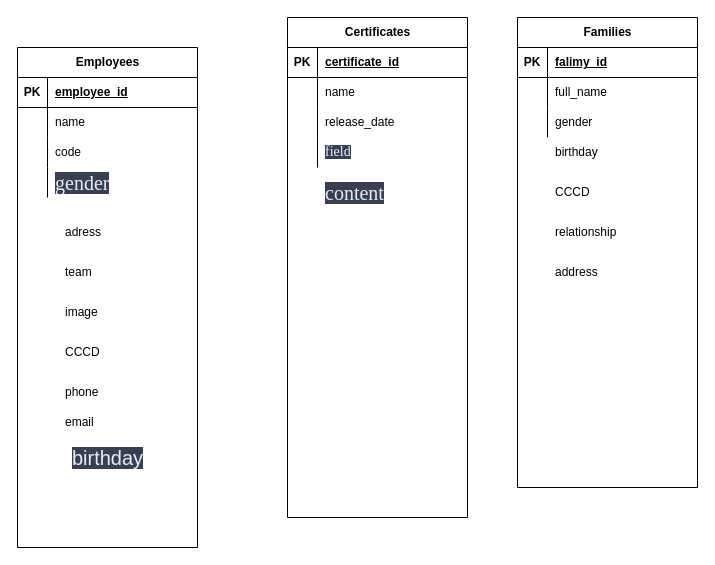
The draw.io diagram quanl ly nhan vien.drawio in leehoang21/uml, before the edit. Source tidied: cells renumbered, new cells numbered last; positions are measured from the earlier drawing's top-left corner, leaving out a move shared by most shapes. Both pictures are drawn from the tidied source at 100%, with x=0, y=0 at pixel (17, 17).
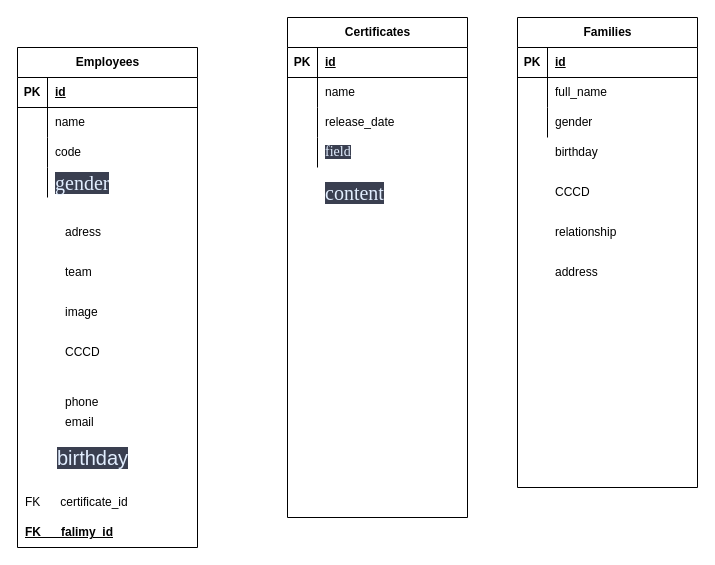
After the change.

Unchanged cells that the change refers to:
```xml
<mxCell id="3" style="shape=tableRow;horizontal=0;startSize=0;swimlaneHead=0;swimlaneBody=0;fillColor=none;top=0;left=0;right=0;bottom=1;" parent="2" vertex="1">
  <mxGeometry y="30" width="180" height="30" as="geometry" />
</mxCell>
<mxCell id="17" style="shape=tableRow;horizontal=0;startSize=0;swimlaneHead=0;swimlaneBody=0;fillColor=none;top=0;left=0;right=0;bottom=1;" parent="16" vertex="1">
  <mxGeometry y="30" width="180" height="30" as="geometry" />
</mxCell>
<mxCell id="33" style="shape=tableRow;horizontal=0;startSize=0;swimlaneHead=0;swimlaneBody=0;fillColor=none;top=0;left=0;right=0;bottom=1;" parent="32" vertex="1">
  <mxGeometry y="30" width="180" height="30" as="geometry" />
</mxCell>
```

What changed in the source:
```diff
@@
-    <mxCell id="5" value="employee_id" style="shape=partialRectangle;fillColor=none;top=0;left=0;bottom=0;right=0;align=left;spacingLeft=6;fontStyle=5;overflow=hidden;whiteSpace=wrap;html=1;" parent="3" vertex="1">
+    <mxCell id="5" value="id" style="shape=partialRectangle;fillColor=none;top=0;left=0;bottom=0;right=0;align=left;spacingLeft=6;fontStyle=5;overflow=hidden;whiteSpace=wrap;html=1;" parent="3" vertex="1">
       <mxGeometry x="30" width="150" height="30" as="geometry" />
     </mxCell>
@@
     <mxCell id="15" value="&lt;span style=&quot;background-color: rgb(58, 63, 80); color: rgb(226, 238, 255); font-family: &amp;quot;Google Sans&amp;quot;, Arial, sans-serif; font-size: 20px; text-align: left; text-wrap-mode: wrap;&quot;&gt;birthday&lt;/span&gt;" style="text;html=1;align=center;verticalAlign=middle;strokeColor=none;fillColor=none;" parent="1" vertex="1">
-      <mxGeometry x="45" y="420" width="90" height="40" as="geometry" />
+      <mxGeometry x="30" y="420" width="90" height="40" as="geometry" />
     </mxCell>
@@
-    <mxCell id="19" value="certificate_id" style="shape=partialRectangle;fillColor=none;top=0;left=0;bottom=0;right=0;align=left;spacingLeft=6;fontStyle=5;overflow=hidden;whiteSpace=wrap;html=1;" parent="17" vertex="1">
+    <mxCell id="19" value="id" style="shape=partialRectangle;fillColor=none;top=0;left=0;bottom=0;right=0;align=left;spacingLeft=6;fontStyle=5;overflow=hidden;whiteSpace=wrap;html=1;" parent="17" vertex="1">
       <mxGeometry x="30" width="150" height="30" as="geometry" />
     </mxCell>
@@
-    <mxCell id="35" value="falimy_id" style="shape=partialRectangle;fillColor=none;top=0;left=0;bottom=0;right=0;align=left;spacingLeft=6;fontStyle=5;overflow=hidden;whiteSpace=wrap;html=1;" parent="33" vertex="1">
+    <mxCell id="35" value="id" style="shape=partialRectangle;fillColor=none;top=0;left=0;bottom=0;right=0;align=left;spacingLeft=6;fontStyle=5;overflow=hidden;whiteSpace=wrap;html=1;" parent="33" vertex="1">
       <mxGeometry x="30" width="150" height="30" as="geometry" />
     </mxCell>
@@
     <mxCell id="70" value="phone" style="shape=partialRectangle;fillColor=none;top=0;left=0;bottom=0;right=0;align=left;spacingLeft=6;overflow=hidden;whiteSpace=wrap;html=1;" parent="1" vertex="1">
-      <mxGeometry x="40" y="360" width="140" height="30" as="geometry" />
+      <mxGeometry x="40" y="370" width="140" height="30" as="geometry" />
     </mxCell>
@@
+    <mxCell id="72" value="&lt;span style=&quot;font-weight: 700; text-decoration-line: underline;&quot;&gt;FK&amp;nbsp; &amp;nbsp; &amp;nbsp; falimy_id&lt;/span&gt;" style="shape=partialRectangle;fillColor=none;top=0;left=0;bottom=0;right=0;align=left;spacingLeft=6;overflow=hidden;whiteSpace=wrap;html=1;" parent="1" vertex="1">
+      <mxGeometry y="500" width="180" height="30" as="geometry" />
+    </mxCell>
+    <mxCell id="73" value="FK&amp;nbsp; &amp;nbsp; &amp;nbsp; certificate_id" style="shape=partialRectangle;fillColor=none;top=0;left=0;bottom=0;right=0;align=left;spacingLeft=6;overflow=hidden;whiteSpace=wrap;html=1;" parent="1" vertex="1">
+      <mxGeometry y="470" width="180" height="30" as="geometry" />
+    </mxCell>
```
